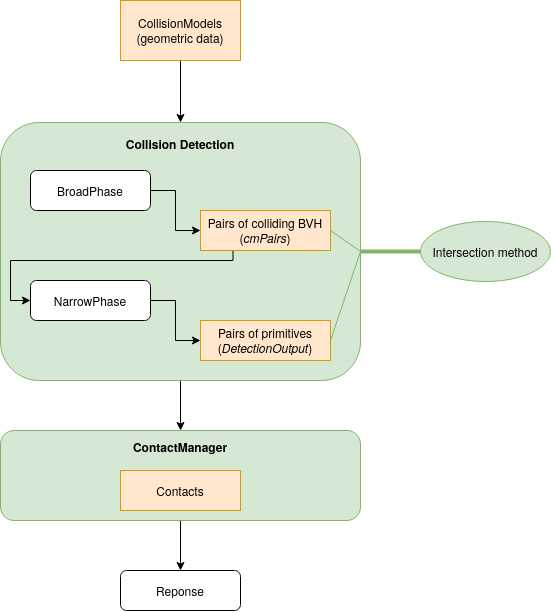
Earlier version of the draw.io export images/collision/CollisionSteps.png (sofa-framework/doc). Source tidied: cells renumbered, new cells last; positions are measured from the earlier drawing's top-left corner, leaving out a move shared by most shapes. Its diagram source:
```xml
<mxGraphModel>
  <root>
    <mxCell id="0" />
    <mxCell id="1" parent="0" />
    <mxCell id="2" style="edgeStyle=orthogonalEdgeStyle;rounded=0;jettySize=auto;html=1;entryX=0.5;entryY=0;entryDx=0;entryDy=0;" parent="1" edge="1" source="3" target="10">
      <mxGeometry relative="1" as="geometry" />
    </mxCell>
    <mxCell id="3" value="&lt;div&gt;&lt;b&gt;ContactManager&lt;/b&gt;&lt;/div&gt;&lt;div&gt;&lt;br&gt;&lt;/div&gt;&lt;div&gt;&lt;br&gt;&lt;/div&gt;&lt;div&gt;&lt;br&gt;&lt;/div&gt;&lt;div&gt;&lt;br&gt;&lt;/div&gt;" style="rounded=1;whiteSpace=wrap;html=1;fillColor=#d5e8d4;strokeColor=#82b366;" parent="1" vertex="1">
      <mxGeometry y="430" width="360" height="90" as="geometry" />
    </mxCell>
    <mxCell id="4" style="edgeStyle=orthogonalEdgeStyle;rounded=0;jettySize=auto;html=1;entryX=0.5;entryY=0;entryDx=0;entryDy=0;" parent="1" edge="1" source="5" target="3">
      <mxGeometry relative="1" as="geometry" />
    </mxCell>
    <mxCell id="5" value="&lt;div&gt;&lt;b&gt;Collision Detection&lt;br&gt;&lt;/b&gt;&lt;/div&gt;&lt;div&gt;&lt;br&gt;&lt;/div&gt;&lt;div&gt;&lt;br&gt;&lt;/div&gt;&lt;div&gt;&lt;br&gt;&lt;/div&gt;&lt;div&gt;&lt;br&gt;&lt;/div&gt;&lt;div&gt;&lt;br&gt;&lt;/div&gt;&lt;div&gt;&lt;br&gt;&lt;/div&gt;&lt;div&gt;&lt;br&gt;&lt;/div&gt;&lt;div&gt;&lt;br&gt;&lt;/div&gt;&lt;div&gt;&lt;br&gt;&lt;/div&gt;&lt;div&gt;&lt;br&gt;&lt;/div&gt;&lt;div&gt;&lt;br&gt;&lt;/div&gt;&lt;div&gt;&lt;br&gt;&lt;/div&gt;&lt;div&gt;&lt;br&gt;&lt;/div&gt;&lt;div&gt;&lt;br&gt;&lt;/div&gt;&lt;div&gt;&lt;br&gt;&lt;/div&gt;" style="rounded=1;whiteSpace=wrap;html=1;fillColor=#d5e8d4;strokeColor=#82b366;" parent="1" vertex="1">
      <mxGeometry y="122" width="360" height="258" as="geometry" />
    </mxCell>
    <mxCell id="6" style="edgeStyle=orthogonalEdgeStyle;rounded=0;jettySize=auto;html=1;entryX=0;entryY=0.5;entryDx=0;entryDy=0;" parent="1" edge="1" source="7" target="15">
      <mxGeometry relative="1" as="geometry" />
    </mxCell>
    <mxCell id="7" value="&lt;div&gt;BroadPhase&lt;/div&gt;" style="rounded=1;whiteSpace=wrap;html=1;" parent="1" vertex="1">
      <mxGeometry x="30" y="170" width="120" height="40" as="geometry" />
    </mxCell>
    <mxCell id="8" style="edgeStyle=orthogonalEdgeStyle;rounded=0;jettySize=auto;html=1;entryX=0;entryY=0.5;entryDx=0;entryDy=0;" parent="1" edge="1" source="9" target="16">
      <mxGeometry relative="1" as="geometry" />
    </mxCell>
    <mxCell id="9" value="&lt;div&gt;NarrowPhase&lt;/div&gt;" style="rounded=1;whiteSpace=wrap;html=1;" parent="1" vertex="1">
      <mxGeometry x="30" y="280" width="120" height="40" as="geometry" />
    </mxCell>
    <mxCell id="10" value="Reponse" style="rounded=1;whiteSpace=wrap;html=1;" parent="1" vertex="1">
      <mxGeometry x="120" y="570" width="120" height="40" as="geometry" />
    </mxCell>
    <mxCell id="11" style="edgeStyle=orthogonalEdgeStyle;rounded=0;jettySize=auto;html=1;entryX=0.5;entryY=0;entryDx=0;entryDy=0;" parent="1" edge="1" source="12" target="5">
      <mxGeometry relative="1" as="geometry" />
    </mxCell>
    <mxCell id="12" value="CollisionModels (geometric data)" style="rounded=0;whiteSpace=wrap;html=1;fillColor=#ffe6cc;strokeColor=#d79b00;" parent="1" vertex="1">
      <mxGeometry x="120" width="120" height="60" as="geometry" />
    </mxCell>
    <mxCell id="13" value="Contacts" style="rounded=0;whiteSpace=wrap;html=1;fillColor=#ffe6cc;strokeColor=#d79b00;" parent="1" vertex="1">
      <mxGeometry x="120" y="470" width="120" height="40" as="geometry" />
    </mxCell>
    <mxCell id="14" style="edgeStyle=orthogonalEdgeStyle;rounded=0;jettySize=auto;html=1;entryX=0;entryY=0.5;entryDx=0;entryDy=0;exitX=0.25;exitY=1;exitDx=0;exitDy=0;" parent="1" edge="1" source="15" target="9">
      <mxGeometry relative="1" as="geometry">
        <Array as="points">
          <mxPoint x="233" y="260" />
          <mxPoint x="10" y="260" />
          <mxPoint x="10" y="300" />
        </Array>
      </mxGeometry>
    </mxCell>
    <mxCell id="15" value="Pairs of colliding BVH&lt;br&gt;(&lt;i&gt;cmPairs&lt;/i&gt;)" style="rounded=0;whiteSpace=wrap;html=1;fillColor=#ffe6cc;strokeColor=#d79b00;" parent="1" vertex="1">
      <mxGeometry x="200" y="210" width="130" height="40" as="geometry" />
    </mxCell>
    <mxCell id="16" value="Pairs of primitives&lt;br&gt;(&lt;i&gt;DetectionOutput&lt;/i&gt;)" style="rounded=0;whiteSpace=wrap;html=1;fillColor=#ffe6cc;strokeColor=#d79b00;" parent="1" vertex="1">
      <mxGeometry x="200" y="320" width="130" height="40" as="geometry" />
    </mxCell>
    <mxCell id="17" value="Intersection method" style="ellipse;whiteSpace=wrap;html=1;fillColor=#d5e8d4;strokeColor=#82b366;" parent="1" vertex="1">
      <mxGeometry x="420" y="221" width="130" height="60" as="geometry" />
    </mxCell>
    <mxCell id="18" style="endArrow=none;html=1;strokeWidth=4;fillColor=#d5e8d4;strokeColor=#82b366;entryX=0;entryY=0.5;entryDx=0;entryDy=0;exitX=1;exitY=0.5;exitDx=0;exitDy=0;" parent="1" edge="1" source="5" target="17">
      <mxGeometry relative="1" as="geometry" />
    </mxCell>
    <mxCell id="19" style="endArrow=none;html=1;strokeWidth=1;fillColor=#d5e8d4;strokeColor=#82b366;entryX=1;entryY=0.5;entryDx=0;entryDy=0;exitX=1;exitY=0.5;exitDx=0;exitDy=0;" parent="1" edge="1" source="16" target="5">
      <mxGeometry relative="1" as="geometry" />
    </mxCell>
    <mxCell id="20" style="endArrow=none;html=1;strokeWidth=1;fillColor=#d5e8d4;strokeColor=#82b366;entryX=1;entryY=0.5;entryDx=0;entryDy=0;exitX=1;exitY=0.5;exitDx=0;exitDy=0;" parent="1" edge="1" source="5" target="15">
      <mxGeometry relative="1" as="geometry" />
    </mxCell>
  </root>
</mxGraphModel>
```
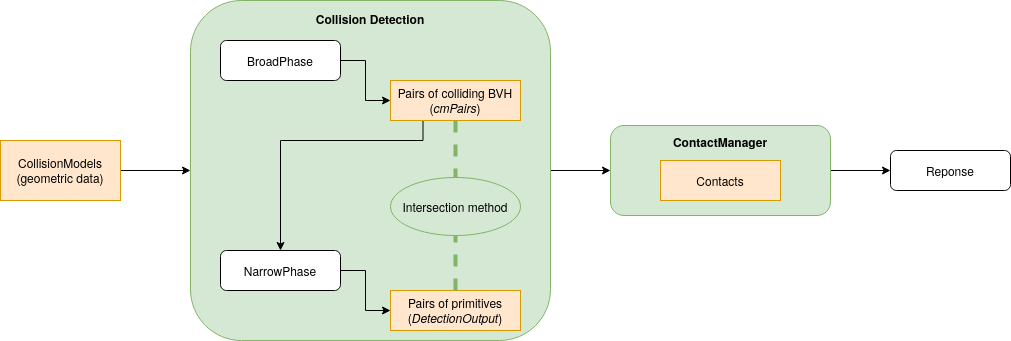
After the change.

The edit, as a diff of the source:
```diff
@@ -2,68 +2,64 @@
   <root>
     <mxCell id="0" />
     <mxCell id="1" parent="0" />
-    <mxCell id="2" style="edgeStyle=orthogonalEdgeStyle;rounded=0;jettySize=auto;html=1;entryX=0.5;entryY=0;entryDx=0;entryDy=0;" parent="1" edge="1" source="3" target="10">
+    <mxCell id="2" style="edgeStyle=orthogonalEdgeStyle;rounded=0;jettySize=auto;html=1;entryX=0;entryY=0.5;entryDx=0;entryDy=0;" parent="1" edge="1" source="3" target="10">
       <mxGeometry relative="1" as="geometry" />
     </mxCell>
     <mxCell id="3" value="&lt;div&gt;&lt;b&gt;ContactManager&lt;/b&gt;&lt;/div&gt;&lt;div&gt;&lt;br&gt;&lt;/div&gt;&lt;div&gt;&lt;br&gt;&lt;/div&gt;&lt;div&gt;&lt;br&gt;&lt;/div&gt;&lt;div&gt;&lt;br&gt;&lt;/div&gt;" style="rounded=1;whiteSpace=wrap;html=1;fillColor=#d5e8d4;strokeColor=#82b366;" parent="1" vertex="1">
-      <mxGeometry y="430" width="360" height="90" as="geometry" />
+      <mxGeometry x="420" y="205" width="220" height="90" as="geometry" />
     </mxCell>
-    <mxCell id="4" style="edgeStyle=orthogonalEdgeStyle;rounded=0;jettySize=auto;html=1;entryX=0.5;entryY=0;entryDx=0;entryDy=0;" parent="1" edge="1" source="5" target="3">
+    <mxCell id="4" style="edgeStyle=orthogonalEdgeStyle;rounded=0;jettySize=auto;html=1;entryX=0;entryY=0.5;entryDx=0;entryDy=0;" parent="1" edge="1" source="5" target="3">
       <mxGeometry relative="1" as="geometry" />
     </mxCell>
-    <mxCell id="5" value="&lt;div&gt;&lt;b&gt;Collision Detection&lt;br&gt;&lt;/b&gt;&lt;/div&gt;&lt;div&gt;&lt;br&gt;&lt;/div&gt;&lt;div&gt;&lt;br&gt;&lt;/div&gt;&lt;div&gt;&lt;br&gt;&lt;/div&gt;&lt;div&gt;&lt;br&gt;&lt;/div&gt;&lt;div&gt;&lt;br&gt;&lt;/div&gt;&lt;div&gt;&lt;br&gt;&lt;/div&gt;&lt;div&gt;&lt;br&gt;&lt;/div&gt;&lt;div&gt;&lt;br&gt;&lt;/div&gt;&lt;div&gt;&lt;br&gt;&lt;/div&gt;&lt;div&gt;&lt;br&gt;&lt;/div&gt;&lt;div&gt;&lt;br&gt;&lt;/div&gt;&lt;div&gt;&lt;br&gt;&lt;/div&gt;&lt;div&gt;&lt;br&gt;&lt;/div&gt;&lt;div&gt;&lt;br&gt;&lt;/div&gt;&lt;div&gt;&lt;br&gt;&lt;/div&gt;" style="rounded=1;whiteSpace=wrap;html=1;fillColor=#d5e8d4;strokeColor=#82b366;" parent="1" vertex="1">
-      <mxGeometry y="122" width="360" height="258" as="geometry" />
+    <mxCell id="5" value="&lt;div&gt;&lt;b&gt;Collision Detection&lt;br&gt;&lt;/b&gt;&lt;/div&gt;&lt;div&gt;&lt;br&gt;&lt;/div&gt;&lt;div&gt;&lt;br&gt;&lt;/div&gt;&lt;div&gt;&lt;br&gt;&lt;/div&gt;&lt;div&gt;&lt;br&gt;&lt;/div&gt;&lt;div&gt;&lt;br&gt;&lt;/div&gt;&lt;div&gt;&lt;br&gt;&lt;/div&gt;&lt;div&gt;&lt;br&gt;&lt;/div&gt;&lt;div&gt;&lt;br&gt;&lt;/div&gt;&lt;div&gt;&lt;br&gt;&lt;/div&gt;&lt;div&gt;&lt;br&gt;&lt;/div&gt;&lt;div&gt;&lt;br&gt;&lt;/div&gt;&lt;div&gt;&lt;br&gt;&lt;/div&gt;&lt;div&gt;&lt;br&gt;&lt;/div&gt;&lt;div&gt;&lt;br&gt;&lt;/div&gt;&lt;div&gt;&lt;br&gt;&lt;/div&gt;&lt;div&gt;&lt;br&gt;&lt;/div&gt;&lt;div&gt;&lt;br&gt;&lt;/div&gt;&lt;div&gt;&lt;br&gt;&lt;/div&gt;&lt;div&gt;&lt;br&gt;&lt;/div&gt;&lt;div&gt;&lt;br&gt;&lt;/div&gt;&lt;div&gt;&lt;br&gt;&lt;/div&gt;" style="rounded=1;whiteSpace=wrap;html=1;fillColor=#d5e8d4;strokeColor=#82b366;" parent="1" vertex="1">
+      <mxGeometry y="80" width="360" height="340" as="geometry" />
     </mxCell>
     <mxCell id="6" style="edgeStyle=orthogonalEdgeStyle;rounded=0;jettySize=auto;html=1;entryX=0;entryY=0.5;entryDx=0;entryDy=0;" parent="1" edge="1" source="7" target="15">
       <mxGeometry relative="1" as="geometry" />
     </mxCell>
     <mxCell id="7" value="&lt;div&gt;BroadPhase&lt;/div&gt;" style="rounded=1;whiteSpace=wrap;html=1;" parent="1" vertex="1">
-      <mxGeometry x="30" y="170" width="120" height="40" as="geometry" />
+      <mxGeometry x="30" y="120" width="120" height="40" as="geometry" />
     </mxCell>
     <mxCell id="8" style="edgeStyle=orthogonalEdgeStyle;rounded=0;jettySize=auto;html=1;entryX=0;entryY=0.5;entryDx=0;entryDy=0;" parent="1" edge="1" source="9" target="16">
       <mxGeometry relative="1" as="geometry" />
     </mxCell>
     <mxCell id="9" value="&lt;div&gt;NarrowPhase&lt;/div&gt;" style="rounded=1;whiteSpace=wrap;html=1;" parent="1" vertex="1">
-      <mxGeometry x="30" y="280" width="120" height="40" as="geometry" />
+      <mxGeometry x="30" y="330" width="120" height="40" as="geometry" />
     </mxCell>
     <mxCell id="10" value="Reponse" style="rounded=1;whiteSpace=wrap;html=1;" parent="1" vertex="1">
-      <mxGeometry x="120" y="570" width="120" height="40" as="geometry" />
+      <mxGeometry x="700" y="230" width="120" height="40" as="geometry" />
     </mxCell>
-    <mxCell id="11" style="edgeStyle=orthogonalEdgeStyle;rounded=0;jettySize=auto;html=1;entryX=0.5;entryY=0;entryDx=0;entryDy=0;" parent="1" edge="1" source="12" target="5">
+    <mxCell id="11" style="edgeStyle=orthogonalEdgeStyle;rounded=0;jettySize=auto;html=1;entryX=0;entryY=0.5;entryDx=0;entryDy=0;" parent="1" edge="1" source="12" target="5">
       <mxGeometry relative="1" as="geometry" />
     </mxCell>
     <mxCell id="12" value="CollisionModels (geometric data)" style="rounded=0;whiteSpace=wrap;html=1;fillColor=#ffe6cc;strokeColor=#d79b00;" parent="1" vertex="1">
-      <mxGeometry x="120" width="120" height="60" as="geometry" />
+      <mxGeometry x="-190" y="220" width="120" height="60" as="geometry" />
     </mxCell>
     <mxCell id="13" value="Contacts" style="rounded=0;whiteSpace=wrap;html=1;fillColor=#ffe6cc;strokeColor=#d79b00;" parent="1" vertex="1">
-      <mxGeometry x="120" y="470" width="120" height="40" as="geometry" />
+      <mxGeometry x="470" y="240" width="120" height="40" as="geometry" />
     </mxCell>
-    <mxCell id="14" style="edgeStyle=orthogonalEdgeStyle;rounded=0;jettySize=auto;html=1;entryX=0;entryY=0.5;entryDx=0;entryDy=0;exitX=0.25;exitY=1;exitDx=0;exitDy=0;" parent="1" edge="1" source="15" target="9">
+    <mxCell id="14" style="edgeStyle=orthogonalEdgeStyle;rounded=0;jettySize=auto;html=1;entryX=0.5;entryY=0;entryDx=0;entryDy=0;exitX=0.25;exitY=1;exitDx=0;exitDy=0;" parent="1" edge="1" source="15" target="9">
       <mxGeometry relative="1" as="geometry">
         <Array as="points">
-          <mxPoint x="233" y="260" />
-          <mxPoint x="10" y="260" />
-          <mxPoint x="10" y="300" />
+          <mxPoint x="233" y="220" />
+          <mxPoint x="90" y="220" />
         </Array>
       </mxGeometry>
     </mxCell>
     <mxCell id="15" value="Pairs of colliding BVH&lt;br&gt;(&lt;i&gt;cmPairs&lt;/i&gt;)" style="rounded=0;whiteSpace=wrap;html=1;fillColor=#ffe6cc;strokeColor=#d79b00;" parent="1" vertex="1">
-      <mxGeometry x="200" y="210" width="130" height="40" as="geometry" />
+      <mxGeometry x="200" y="160" width="130" height="40" as="geometry" />
     </mxCell>
     <mxCell id="16" value="Pairs of primitives&lt;br&gt;(&lt;i&gt;DetectionOutput&lt;/i&gt;)" style="rounded=0;whiteSpace=wrap;html=1;fillColor=#ffe6cc;strokeColor=#d79b00;" parent="1" vertex="1">
-      <mxGeometry x="200" y="320" width="130" height="40" as="geometry" />
+      <mxGeometry x="200" y="370" width="130" height="40" as="geometry" />
     </mxCell>
     <mxCell id="17" value="Intersection method" style="ellipse;whiteSpace=wrap;html=1;fillColor=#d5e8d4;strokeColor=#82b366;" parent="1" vertex="1">
-      <mxGeometry x="420" y="221" width="130" height="60" as="geometry" />
+      <mxGeometry x="200" y="257" width="130" height="58" as="geometry" />
     </mxCell>
-    <mxCell id="18" style="endArrow=none;html=1;strokeWidth=4;fillColor=#d5e8d4;strokeColor=#82b366;entryX=0;entryY=0.5;entryDx=0;entryDy=0;exitX=1;exitY=0.5;exitDx=0;exitDy=0;" parent="1" edge="1" source="5" target="17">
+    <mxCell id="18" style="endArrow=none;html=1;strokeWidth=4;fillColor=#d5e8d4;strokeColor=#82b366;entryX=0.5;entryY=0;entryDx=0;entryDy=0;exitX=0.5;exitY=1;exitDx=0;exitDy=0;dashed=1;jumpSize=4;" parent="1" edge="1" source="15" target="17">
       <mxGeometry relative="1" as="geometry" />
     </mxCell>
-    <mxCell id="19" style="endArrow=none;html=1;strokeWidth=1;fillColor=#d5e8d4;strokeColor=#82b366;entryX=1;entryY=0.5;entryDx=0;entryDy=0;exitX=1;exitY=0.5;exitDx=0;exitDy=0;" parent="1" edge="1" source="16" target="5">
-      <mxGeometry relative="1" as="geometry" />
-    </mxCell>
-    <mxCell id="20" style="endArrow=none;html=1;strokeWidth=1;fillColor=#d5e8d4;strokeColor=#82b366;entryX=1;entryY=0.5;entryDx=0;entryDy=0;exitX=1;exitY=0.5;exitDx=0;exitDy=0;" parent="1" edge="1" source="5" target="15">
-      <mxGeometry relative="1" as="geometry" />
-    </mxCell>
+    <mxCell id="21" style="endArrow=none;html=1;strokeWidth=4;fillColor=#d5e8d4;strokeColor=#82b366;entryX=0.5;entryY=1;entryDx=0;entryDy=0;exitX=0.5;exitY=0;exitDx=0;exitDy=0;dashed=1;jumpSize=4;" parent="1" edge="1" source="16" target="17">
+      <mxGeometry relative="1" as="geometry" />
+    </mxCell>
   </root>
 </mxGraphModel>
```
